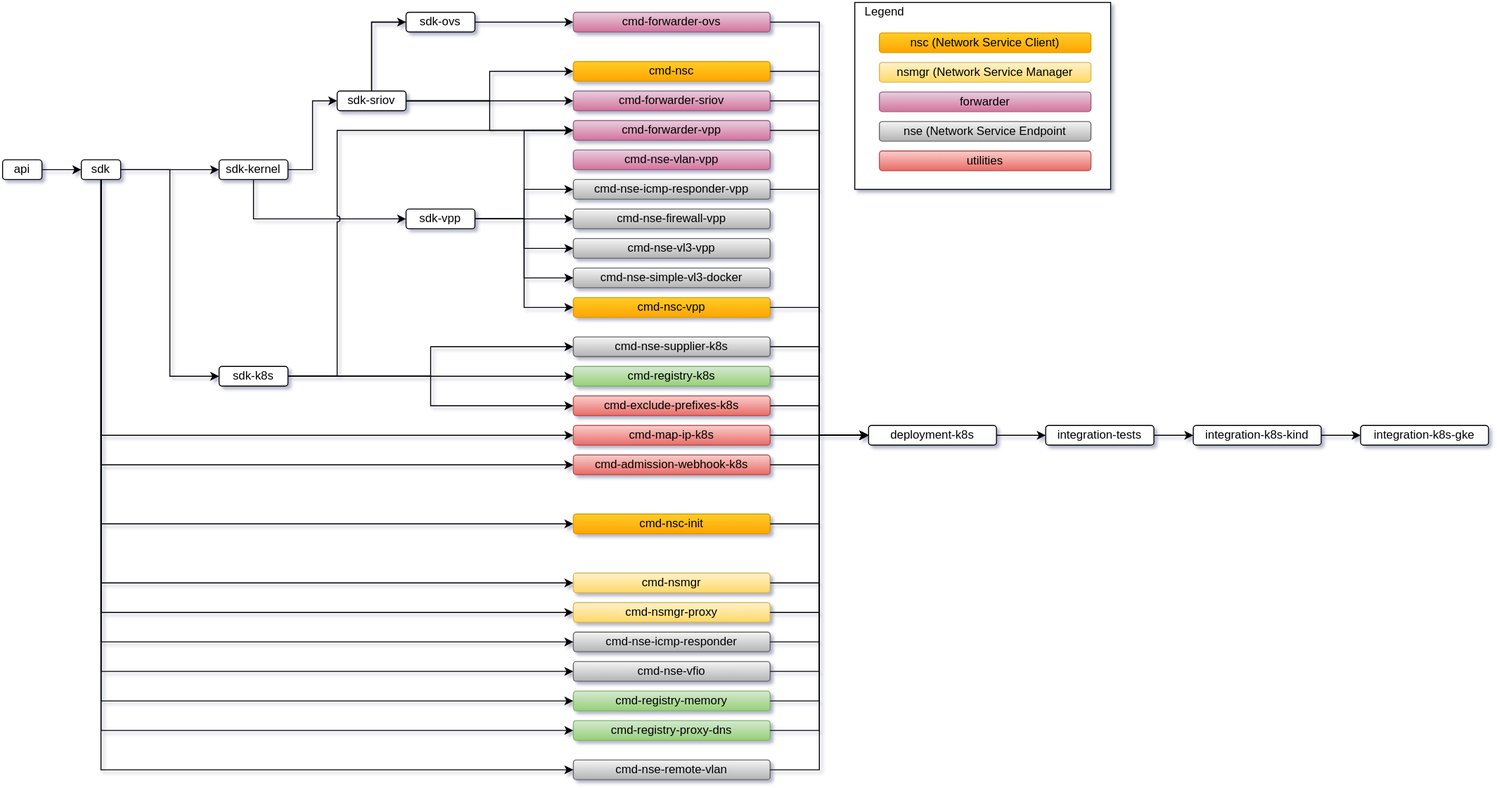
networkservicemesh/site keeps this draw.io diagram as static/img/multi-repo.svg. Above is the earlier version. Source tidied: cells renumbered, new cells last; positions are measured from the earlier drawing's top-left corner, leaving out a move shared by most shapes.
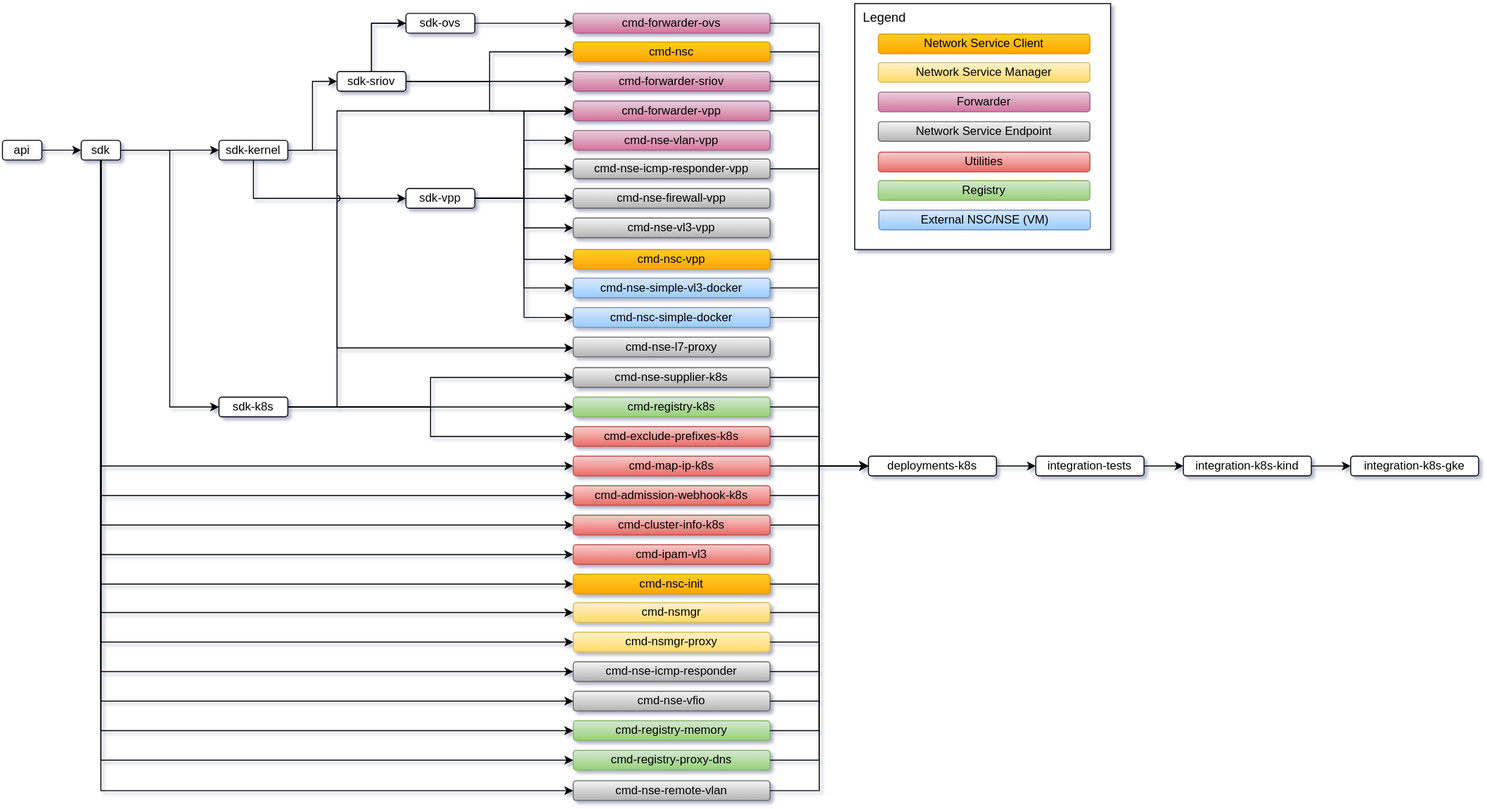
Later version of the same file.

Commit message:
Fix multirepo diagram on site

Diff of the diagram source:
```diff
@@ -5,3 +5,3 @@
     <mxCell id="2" value="api" style="rounded=1;whiteSpace=wrap;html=1;" parent="1" vertex="1">
-      <mxGeometry y="160" width="40" height="20" as="geometry" />
+      <mxGeometry y="109" width="40" height="20" as="geometry" />
     </mxCell>
@@ -10,7 +10,30 @@
     </mxCell>
+    <mxCell id="97" style="edgeStyle=orthogonalEdgeStyle;rounded=0;jettySize=auto;html=1;entryX=0;entryY=0.5;entryDx=0;entryDy=0;" parent="1" edge="1" source="4" target="109">
+      <mxGeometry relative="1" as="geometry">
+        <Array as="points">
+          <mxPoint x="100" y="500" />
+        </Array>
+      </mxGeometry>
+    </mxCell>
+    <mxCell id="98" style="edgeStyle=orthogonalEdgeStyle;rounded=0;jettySize=auto;html=1;entryX=0;entryY=0.5;entryDx=0;entryDy=0;" parent="1" edge="1" source="4" target="110">
+      <mxGeometry relative="1" as="geometry">
+        <Array as="points">
+          <mxPoint x="100" y="530" />
+        </Array>
+      </mxGeometry>
+    </mxCell>
     <mxCell id="4" value="sdk" style="rounded=1;whiteSpace=wrap;html=1;" parent="1" vertex="1">
-      <mxGeometry x="80" y="160" width="40" height="20" as="geometry" />
+      <mxGeometry x="80" y="109" width="40" height="20" as="geometry" />
     </mxCell>
+    <mxCell id="99" style="edgeStyle=orthogonalEdgeStyle;rounded=0;jettySize=auto;html=1;entryX=0;entryY=0.5;entryDx=0;entryDy=0;" parent="1" edge="1" source="5" target="11">
+      <mxGeometry relative="1" as="geometry" />
+    </mxCell>
+    <mxCell id="100" style="edgeStyle=orthogonalEdgeStyle;rounded=0;jettySize=auto;html=1;entryX=0;entryY=0.5;entryDx=0;entryDy=0;" parent="1" edge="1" source="5" target="91">
+      <mxGeometry relative="1" as="geometry" />
+    </mxCell>
+    <mxCell id="101" style="edgeStyle=orthogonalEdgeStyle;rounded=0;jettySize=auto;html=1;entryX=0;entryY=0.5;entryDx=0;entryDy=0;" parent="1" edge="1" source="5" target="106">
+      <mxGeometry relative="1" as="geometry" />
+    </mxCell>
     <mxCell id="5" value="sdk-vpp" style="rounded=1;whiteSpace=wrap;html=1;" parent="1" vertex="1">
-      <mxGeometry x="410" y="210" width="70" height="20" as="geometry" />
+      <mxGeometry x="410" y="158" width="70" height="20" as="geometry" />
     </mxCell>
@@ -19,4 +42,4 @@
         <Array as="points">
-          <mxPoint x="450" y="100" />
-          <mxPoint x="450" y="100" />
+          <mxPoint x="450" y="49" />
+          <mxPoint x="450" y="49" />
         </Array>
@@ -25,3 +48,3 @@
     <mxCell id="7" value="sdk-sriov" style="rounded=1;whiteSpace=wrap;html=1;" parent="1" vertex="1">
-      <mxGeometry x="340" y="90" width="70" height="20" as="geometry" />
+      <mxGeometry x="340" y="39" width="70" height="20" as="geometry" />
     </mxCell>
@@ -30,4 +53,14 @@
     </mxCell>
+    <mxCell id="102" style="edgeStyle=orthogonalEdgeStyle;rounded=0;orthogonalLoop=1;jettySize=auto;html=1;entryX=0;entryY=0.5;entryDx=0;entryDy=0;" parent="1" edge="1">
+      <mxGeometry relative="1" as="geometry">
+        <mxPoint x="290" y="119" as="sourcePoint" />
+        <mxPoint x="580" y="320" as="targetPoint" />
+        <Array as="points">
+          <mxPoint x="340" y="119" />
+          <mxPoint x="340" y="320" />
+        </Array>
+      </mxGeometry>
+    </mxCell>
     <mxCell id="9" value="sdk-kernel" style="rounded=1;whiteSpace=wrap;html=1;" parent="1" vertex="1">
-      <mxGeometry x="220" y="160" width="70" height="20" as="geometry" />
+      <mxGeometry x="220" y="109" width="70" height="20" as="geometry" />
     </mxCell>
@@ -37,6 +70,6 @@
     <mxCell id="11" value="cmd-forwarder-vpp" style="rounded=1;whiteSpace=wrap;html=1;gradientColor=#d5739d;fillColor=#e6d0de;strokeColor=#996185;" parent="1" vertex="1">
-      <mxGeometry x="580" y="120" width="200" height="20" as="geometry" />
+      <mxGeometry x="580" y="69" width="200" height="20" as="geometry" />
     </mxCell>
     <mxCell id="12" value="cmd-nsmgr" style="rounded=1;whiteSpace=wrap;html=1;gradientColor=#ffd966;fillColor=#fff2cc;strokeColor=#d6b656;" parent="1" vertex="1">
-      <mxGeometry x="580" y="580" width="200" height="20" as="geometry" />
+      <mxGeometry x="580" y="579" width="200" height="20" as="geometry" />
     </mxCell>
@@ -55,9 +88,9 @@
     <mxCell id="17" value="cmd-forwarder-sriov" style="rounded=1;whiteSpace=wrap;html=1;gradientColor=#d5739d;fillColor=#e6d0de;strokeColor=#996185;" parent="1" vertex="1">
-      <mxGeometry x="580" y="90" width="200" height="20" as="geometry" />
+      <mxGeometry x="580" y="39" width="200" height="20" as="geometry" />
     </mxCell>
     <mxCell id="18" value="cmd-nsc" style="rounded=1;whiteSpace=wrap;html=1;gradientColor=#ffa500;fillColor=#ffcd28;strokeColor=#d79b00;" parent="1" vertex="1">
-      <mxGeometry x="580" y="60" width="200" height="20" as="geometry" />
+      <mxGeometry x="580" y="9" width="200" height="20" as="geometry" />
     </mxCell>
     <mxCell id="19" value="cmd-nsc-init" style="rounded=1;whiteSpace=wrap;html=1;gradientColor=#ffa500;fillColor=#ffcd28;strokeColor=#d79b00;" parent="1" vertex="1">
-      <mxGeometry x="580" y="520" width="200" height="20" as="geometry" />
+      <mxGeometry x="580" y="550" width="200" height="20" as="geometry" />
     </mxCell>
@@ -73,6 +106,6 @@
     <mxCell id="23" value="cmd-nse-icmp-responder-vpp" style="rounded=1;whiteSpace=wrap;html=1;gradientColor=#b3b3b3;fillColor=#f5f5f5;strokeColor=#666666;" parent="1" vertex="1">
-      <mxGeometry x="580" y="180" width="200" height="20" as="geometry" />
+      <mxGeometry x="580" y="128" width="200" height="20" as="geometry" />
     </mxCell>
     <mxCell id="24" value="cmd-nsc-vpp" style="rounded=1;whiteSpace=wrap;html=1;gradientColor=#ffa500;fillColor=#ffcd28;strokeColor=#d79b00;" parent="1" vertex="1">
-      <mxGeometry x="580" y="300" width="200" height="20" as="geometry" />
+      <mxGeometry x="580" y="220" width="200" height="20" as="geometry" />
     </mxCell>
@@ -85,12 +118,12 @@
     <mxCell id="27" value="cmd-registry-memory" style="rounded=1;whiteSpace=wrap;html=1;gradientColor=#97d077;fillColor=#d5e8d4;strokeColor=#82b366;" parent="1" vertex="1">
-      <mxGeometry x="580" y="700" width="200" height="20" as="geometry" />
+      <mxGeometry x="580" y="699" width="200" height="20" as="geometry" />
     </mxCell>
     <mxCell id="28" value="cmd-registry-proxy-dns" style="rounded=1;whiteSpace=wrap;html=1;gradientColor=#97d077;fillColor=#d5e8d4;strokeColor=#82b366;" parent="1" vertex="1">
-      <mxGeometry x="580" y="730" width="200" height="20" as="geometry" />
+      <mxGeometry x="580" y="729" width="200" height="20" as="geometry" />
     </mxCell>
     <mxCell id="29" value="cmd-nse-vfio" style="rounded=1;whiteSpace=wrap;html=1;gradientColor=#b3b3b3;fillColor=#f5f5f5;strokeColor=#666666;" parent="1" vertex="1">
-      <mxGeometry x="580" y="670" width="200" height="20" as="geometry" />
+      <mxGeometry x="580" y="669" width="200" height="20" as="geometry" />
     </mxCell>
     <mxCell id="30" value="cmd-nse-icmp-responder" style="rounded=1;whiteSpace=wrap;html=1;gradientColor=#b3b3b3;fillColor=#f5f5f5;strokeColor=#666666;" parent="1" vertex="1">
-      <mxGeometry x="580" y="640" width="200" height="20" as="geometry" />
+      <mxGeometry x="580" y="639" width="200" height="20" as="geometry" />
     </mxCell>
@@ -100,3 +133,3 @@
     <mxCell id="32" value="cmd-nsmgr-proxy" style="rounded=1;whiteSpace=wrap;html=1;gradientColor=#ffd966;fillColor=#fff2cc;strokeColor=#d6b656;" parent="1" vertex="1">
-      <mxGeometry x="580" y="610" width="200" height="20" as="geometry" />
+      <mxGeometry x="580" y="609" width="200" height="20" as="geometry" />
     </mxCell>
@@ -143,3 +176,3 @@
       <mxGeometry relative="1" as="geometry">
-        <mxPoint x="80" y="170" as="targetPoint" />
+        <mxPoint x="80" y="119" as="targetPoint" />
       </mxGeometry>
@@ -147,26 +180,26 @@
     <mxCell id="47" value="registry" style="rounded=1;whiteSpace=wrap;html=1;gradientColor=#97d077;fillColor=#d5e8d4;strokeColor=#82b366;" parent="1" vertex="1">
-      <mxGeometry x="891" y="151" width="70" height="20" as="geometry" />
+      <mxGeometry x="891" y="121" width="70" height="20" as="geometry" />
     </mxCell>
-    <mxCell id="48" style="whiteSpace=wrap;html=1;align=center;" parent="1" vertex="1">
-      <mxGeometry x="866" width="260" height="190" as="geometry" />
+    <mxCell id="48" style="whiteSpace=wrap;html=1;align=center;fillColor=default;" parent="1" vertex="1">
+      <mxGeometry x="866" y="-30" width="260" height="250" as="geometry" />
     </mxCell>
-    <mxCell id="49" value="Legend" style="text;html=1;align=center;verticalAlign=middle;fillColor=none;strokeColor=none;rounded=0;" parent="1" vertex="1">
-      <mxGeometry x="866" width="60" height="20" as="geometry" />
+    <mxCell id="49" value="&lt;font style=&quot;font-size: 13px;&quot;&gt;Legend&lt;/font&gt;" style="text;html=1;align=center;verticalAlign=middle;fillColor=none;strokeColor=none;rounded=0;" parent="1" vertex="1">
+      <mxGeometry x="861" y="-31" width="70" height="30" as="geometry" />
     </mxCell>
-    <mxCell id="50" value="forwarder" style="rounded=1;whiteSpace=wrap;html=1;gradientColor=#d5739d;fillColor=#e6d0de;strokeColor=#996185;" parent="1" vertex="1">
-      <mxGeometry x="891" y="91" width="215" height="20" as="geometry" />
+    <mxCell id="50" value="Forwarder" style="rounded=1;whiteSpace=wrap;html=1;gradientColor=#d5739d;fillColor=#e6d0de;strokeColor=#996185;" parent="1" vertex="1">
+      <mxGeometry x="890" y="60" width="215" height="20" as="geometry" />
     </mxCell>
-    <mxCell id="51" value="nsc (Network Service Client)" style="rounded=1;whiteSpace=wrap;html=1;gradientColor=#ffa500;fillColor=#ffcd28;strokeColor=#d79b00;" parent="1" vertex="1">
-      <mxGeometry x="891" y="31" width="215" height="20" as="geometry" />
+    <mxCell id="51" value="Network Service Client" style="rounded=1;whiteSpace=wrap;html=1;gradientColor=#ffa500;fillColor=#ffcd28;strokeColor=#d79b00;" parent="1" vertex="1">
+      <mxGeometry x="890" y="1" width="215" height="20" as="geometry" />
     </mxCell>
-    <mxCell id="52" value="nse (Network Service Endpoint" style="rounded=1;whiteSpace=wrap;html=1;gradientColor=#b3b3b3;fillColor=#f5f5f5;strokeColor=#666666;" parent="1" vertex="1">
-      <mxGeometry x="891" y="121" width="215" height="20" as="geometry" />
+    <mxCell id="52" value="Network Service Endpoint" style="rounded=1;whiteSpace=wrap;html=1;gradientColor=#b3b3b3;fillColor=#f5f5f5;strokeColor=#666666;" parent="1" vertex="1">
+      <mxGeometry x="890" y="90" width="215" height="20" as="geometry" />
     </mxCell>
-    <mxCell id="53" value="nsmgr (Network Service Manager" style="rounded=1;whiteSpace=wrap;html=1;gradientColor=#ffd966;fillColor=#fff2cc;strokeColor=#d6b656;" parent="1" vertex="1">
-      <mxGeometry x="891" y="61" width="215" height="20" as="geometry" />
+    <mxCell id="53" value="Network Service Manager" style="rounded=1;whiteSpace=wrap;html=1;gradientColor=#ffd966;fillColor=#fff2cc;strokeColor=#d6b656;" parent="1" vertex="1">
+      <mxGeometry x="890" y="30" width="215" height="20" as="geometry" />
     </mxCell>
-    <mxCell id="54" value="utilities" style="rounded=1;whiteSpace=wrap;html=1;gradientColor=#ea6b66;fillColor=#f8cecc;strokeColor=#b85450;" parent="1" vertex="1">
-      <mxGeometry x="891" y="151" width="215" height="20" as="geometry" />
+    <mxCell id="54" value="Utilities" style="rounded=1;whiteSpace=wrap;html=1;gradientColor=#ea6b66;fillColor=#f8cecc;strokeColor=#b85450;" parent="1" vertex="1">
+      <mxGeometry x="890" y="121" width="215" height="20" as="geometry" />
     </mxCell>
-    <mxCell id="55" value="deployment-k8s" style="rounded=1;whiteSpace=wrap;html=1;" parent="1" vertex="1">
+    <mxCell id="55" value="deployments&lt;span style=&quot;background-color: transparent; color: light-dark(rgb(0, 0, 0), rgb(255, 255, 255));&quot;&gt;-k8s&lt;/span&gt;" style="rounded=1;whiteSpace=wrap;html=1;" parent="1" vertex="1">
       <mxGeometry x="880" y="430" width="130" height="20" as="geometry" />
@@ -225,3 +258,3 @@
     <mxCell id="73" value="integration-tests" style="rounded=1;whiteSpace=wrap;html=1;" parent="1" vertex="1">
-      <mxGeometry x="1060" y="430" width="110" height="20" as="geometry" />
+      <mxGeometry x="1050" y="430" width="110" height="20" as="geometry" />
     </mxCell>
@@ -231,6 +264,6 @@
     <mxCell id="75" value="integration-k8s-kind" style="rounded=1;whiteSpace=wrap;html=1;" parent="1" vertex="1">
-      <mxGeometry x="1210" y="430" width="130" height="20" as="geometry" />
+      <mxGeometry x="1200" y="430" width="130" height="20" as="geometry" />
     </mxCell>
     <mxCell id="76" value="integration-k8s-gke" style="rounded=1;whiteSpace=wrap;html=1;" parent="1" vertex="1">
-      <mxGeometry x="1380" y="430" width="130" height="20" as="geometry" />
+      <mxGeometry x="1370" y="430" width="130" height="20" as="geometry" />
     </mxCell>
@@ -243,3 +276,3 @@
     <mxCell id="79" value="cmd-nse-firewall-vpp" style="rounded=1;whiteSpace=wrap;html=1;gradientColor=#b3b3b3;fillColor=#f5f5f5;strokeColor=#666666;" parent="1" vertex="1">
-      <mxGeometry x="580" y="210" width="200" height="20" as="geometry" />
+      <mxGeometry x="580" y="158" width="200" height="20" as="geometry" />
     </mxCell>
@@ -252,3 +285,3 @@
     <mxCell id="82" value="cmd-forwarder-ovs" style="rounded=1;whiteSpace=wrap;html=1;gradientColor=#d5739d;fillColor=#e6d0de;strokeColor=#996185;" parent="1" vertex="1">
-      <mxGeometry x="580" y="10" width="200" height="20" as="geometry" />
+      <mxGeometry x="580" y="-20" width="200" height="20" as="geometry" />
     </mxCell>
@@ -261,3 +294,3 @@
     <mxCell id="85" value="cmd-nse-vl3-vpp" style="rounded=1;whiteSpace=wrap;html=1;gradientColor=#b3b3b3;fillColor=#f5f5f5;strokeColor=#666666;" parent="1" vertex="1">
-      <mxGeometry x="580" y="240" width="200" height="20" as="geometry" />
+      <mxGeometry x="580" y="188" width="200" height="20" as="geometry" />
     </mxCell>
@@ -270,3 +303,3 @@
     <mxCell id="88" value="sdk-ovs" style="rounded=1;whiteSpace=wrap;html=1;" parent="1" vertex="1">
-      <mxGeometry x="410" y="10" width="70" height="20" as="geometry" />
+      <mxGeometry x="410" y="-20" width="70" height="20" as="geometry" />
     </mxCell>
@@ -275,7 +308,8 @@
     </mxCell>
-    <mxCell id="90" style="edgeStyle=orthogonalEdgeStyle;rounded=0;jettySize=auto;html=1;entryX=0;entryY=0.5;entryDx=0;entryDy=0;jumpStyle=arc;exitX=1;exitY=0.5;exitDx=0;exitDy=0;" parent="1" edge="1" source="10" target="11">
+    <mxCell id="90" style="edgeStyle=orthogonalEdgeStyle;rounded=0;jettySize=auto;html=1;entryX=0;entryY=0.5;entryDx=0;entryDy=0;jumpStyle=arc;" parent="1" edge="1" target="11">
       <mxGeometry relative="1" as="geometry">
+        <mxPoint x="290" y="380" as="sourcePoint" />
         <Array as="points">
           <mxPoint x="340" y="380" />
-          <mxPoint x="340" y="130" />
+          <mxPoint x="340" y="79" />
         </Array>
@@ -284,6 +318,6 @@
     <mxCell id="91" value="cmd-nse-vlan-vpp" style="rounded=1;whiteSpace=wrap;html=1;gradientColor=#d5739d;fillColor=#e6d0de;strokeColor=#996185;" parent="1" vertex="1">
-      <mxGeometry x="580" y="150" width="200" height="20" as="geometry" />
+      <mxGeometry x="580" y="99" width="200" height="20" as="geometry" />
     </mxCell>
     <mxCell id="92" value="cmd-nse-remote-vlan" style="rounded=1;whiteSpace=wrap;html=1;gradientColor=#b3b3b3;fillColor=#f5f5f5;strokeColor=#666666;" parent="1" vertex="1">
-      <mxGeometry x="580" y="770" width="200" height="20" as="geometry" />
+      <mxGeometry x="580" y="760" width="200" height="20" as="geometry" />
     </mxCell>
@@ -295,4 +329,7 @@
     </mxCell>
+    <mxCell id="103" style="edgeStyle=orthogonalEdgeStyle;rounded=0;jettySize=auto;html=1;entryX=0;entryY=0.5;entryDx=0;entryDy=0;" parent="1" edge="1" source="95" target="55">
+      <mxGeometry relative="1" as="geometry" />
+    </mxCell>
-    <mxCell id="95" value="cmd-nse-simple-vl3-docker" style="rounded=1;whiteSpace=wrap;html=1;gradientColor=#b3b3b3;fillColor=#f5f5f5;strokeColor=#666666;" parent="1" vertex="1">
-      <mxGeometry x="580" y="270" width="200" height="20" as="geometry" />
+    <mxCell id="95" value="cmd-nse-simple-vl3-docker" style="rounded=1;whiteSpace=wrap;html=1;fillColor=#dae8fc;strokeColor=#6c8ebf;gradientColor=#99CCFF;" parent="1" vertex="1">
+      <mxGeometry x="580" y="249" width="200" height="20" as="geometry" />
     </mxCell>
@@ -301,2 +338,26 @@
     </mxCell>
+    <mxCell id="104" value="Registry" style="rounded=1;whiteSpace=wrap;html=1;fillColor=#d5e8d4;strokeColor=#82b366;gradientColor=#97D077;" parent="1" vertex="1">
+      <mxGeometry x="890" y="150" width="215" height="20" as="geometry" />
+    </mxCell>
+    <mxCell id="105" style="edgeStyle=orthogonalEdgeStyle;rounded=0;jettySize=auto;html=1;entryX=0;entryY=0.5;entryDx=0;entryDy=0;" parent="1" edge="1" source="106" target="55">
+      <mxGeometry relative="1" as="geometry" />
+    </mxCell>
+    <mxCell id="106" value="cmd-nsc&lt;span style=&quot;background-color: transparent; color: light-dark(rgb(0, 0, 0), rgb(255, 255, 255));&quot;&gt;-simple-docker&lt;/span&gt;" style="rounded=1;whiteSpace=wrap;html=1;fillColor=#dae8fc;strokeColor=#6c8ebf;gradientColor=#99CCFF;" parent="1" vertex="1">
+      <mxGeometry x="580" y="279" width="200" height="20" as="geometry" />
+    </mxCell>
+    <mxCell id="107" value="cmd-nse-l7-proxy" style="rounded=1;whiteSpace=wrap;html=1;gradientColor=#b3b3b3;fillColor=#f5f5f5;strokeColor=#666666;" parent="1" vertex="1">
+      <mxGeometry x="580" y="309" width="200" height="20" as="geometry" />
+    </mxCell>
+    <mxCell id="108" style="edgeStyle=orthogonalEdgeStyle;rounded=0;jettySize=auto;html=1;entryX=0;entryY=0.5;entryDx=0;entryDy=0;" parent="1" edge="1" source="109" target="55">
+      <mxGeometry relative="1" as="geometry" />
+    </mxCell>
+    <mxCell id="109" value="cmd-cluster-info-k8s" style="rounded=1;whiteSpace=wrap;html=1;gradientColor=#ea6b66;fillColor=#f8cecc;strokeColor=#b85450;" parent="1" vertex="1">
+      <mxGeometry x="580" y="490" width="200" height="20" as="geometry" />
+    </mxCell>
+    <mxCell id="110" value="cmd-ipam-vl3" style="rounded=1;whiteSpace=wrap;html=1;gradientColor=#ea6b66;fillColor=#f8cecc;strokeColor=#b85450;" parent="1" vertex="1">
+      <mxGeometry x="580" y="520" width="200" height="20" as="geometry" />
+    </mxCell>
+    <mxCell id="111" value="External NSC/NSE (VM)" style="rounded=1;whiteSpace=wrap;html=1;fillColor=#dae8fc;strokeColor=#6c8ebf;gradientColor=#99CCFF;" parent="1" vertex="1">
+      <mxGeometry x="890.5" y="180" width="215" height="20" as="geometry" />
+    </mxCell>
   </root>
```
